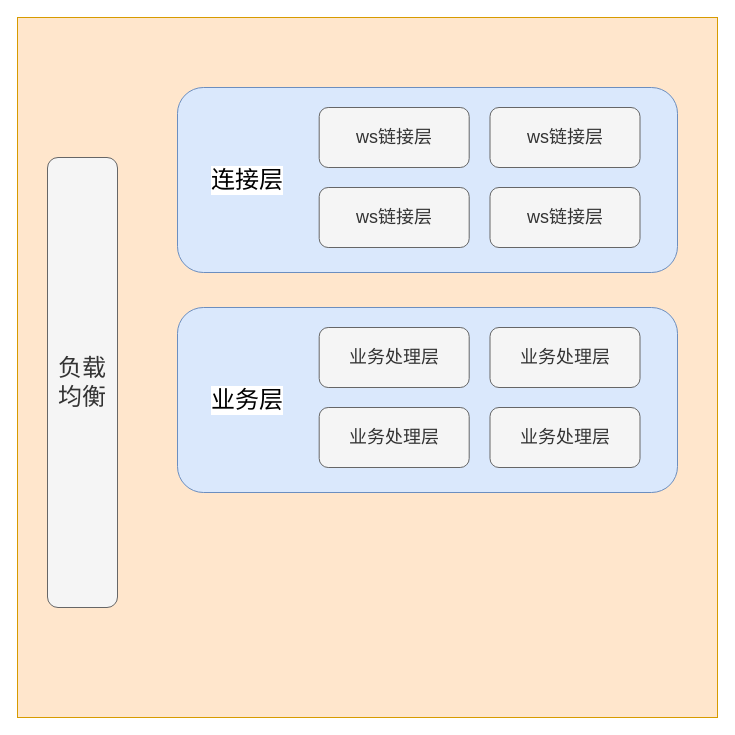
This is mathgpt.drawio from zhuqlah/draw, a draw.io file, before an edit. Source tidied: cells renumbered, new cells numbered last; positions are measured from the earlier drawing's top-left corner, leaving out a move shared by most shapes. Both pictures are drawn from the tidied source at 100%, with x=0, y=0 at pixel (17, 17).
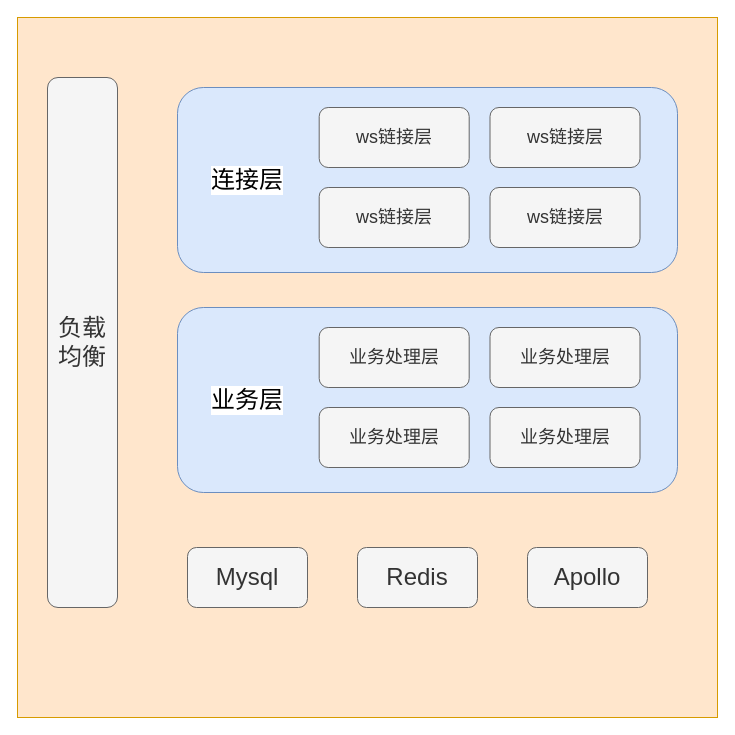
Above is the later version.

Change to the diagram source:
```diff
@@
     <mxCell id="4" value="&lt;font style=&quot;font-size: 24px;&quot;&gt;负载均衡&lt;/font&gt;" style="rounded=1;whiteSpace=wrap;html=1;fillColor=#f5f5f5;fontColor=#333333;strokeColor=#666666;" parent="1" vertex="1">
-      <mxGeometry x="30" y="140" width="70" height="450" as="geometry" />
+      <mxGeometry x="30" y="60" width="70" height="530" as="geometry" />
     </mxCell>
@@
+    <mxCell id="19" value="&lt;font style=&quot;font-size: 24px;&quot;&gt;Mysql&lt;/font&gt;" style="rounded=1;whiteSpace=wrap;html=1;fillColor=#f5f5f5;fontColor=#333333;strokeColor=#666666;" parent="1" vertex="1">
+      <mxGeometry x="170" y="530" width="120" height="60" as="geometry" />
+    </mxCell>
+    <mxCell id="20" value="&lt;span style=&quot;font-size: 24px;&quot;&gt;Redis&lt;/span&gt;" style="rounded=1;whiteSpace=wrap;html=1;fillColor=#f5f5f5;fontColor=#333333;strokeColor=#666666;" parent="1" vertex="1">
+      <mxGeometry x="340" y="530" width="120" height="60" as="geometry" />
+    </mxCell>
+    <mxCell id="21" value="&lt;span style=&quot;font-size: 24px;&quot;&gt;Apollo&lt;/span&gt;" style="rounded=1;whiteSpace=wrap;html=1;fillColor=#f5f5f5;fontColor=#333333;strokeColor=#666666;" parent="1" vertex="1">
+      <mxGeometry x="510" y="530" width="120" height="60" as="geometry" />
+    </mxCell>
```
